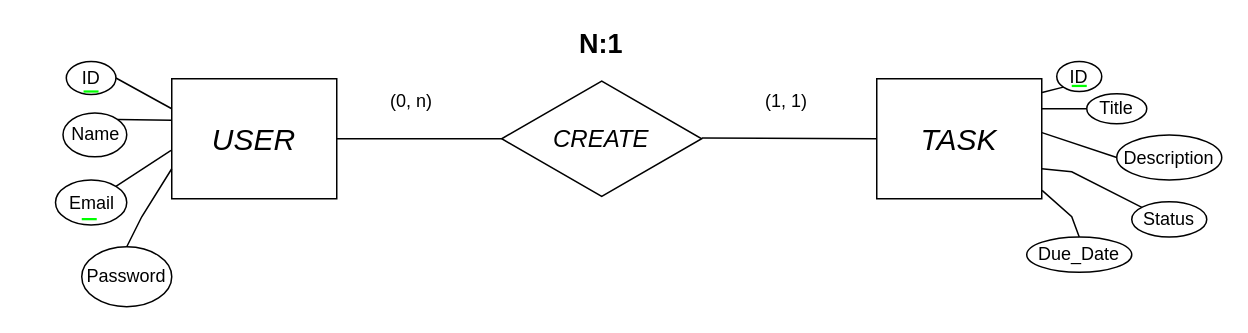
Before: Diseño de Bases de Datos Relacionales con MySQL/02 Diseño Conceptual/1er Ejercicio/Ejercicio1.drawio in D4nitrix13/DatabaseGuide, a draw.io diagram. Source tidied: cells renumbered, new cells numbered last; positions are measured from the earlier drawing's top-left corner, leaving out a move shared by most shapes. Both pictures are drawn from the tidied source at 150%, with x=0, y=0 at pixel (36, 26).
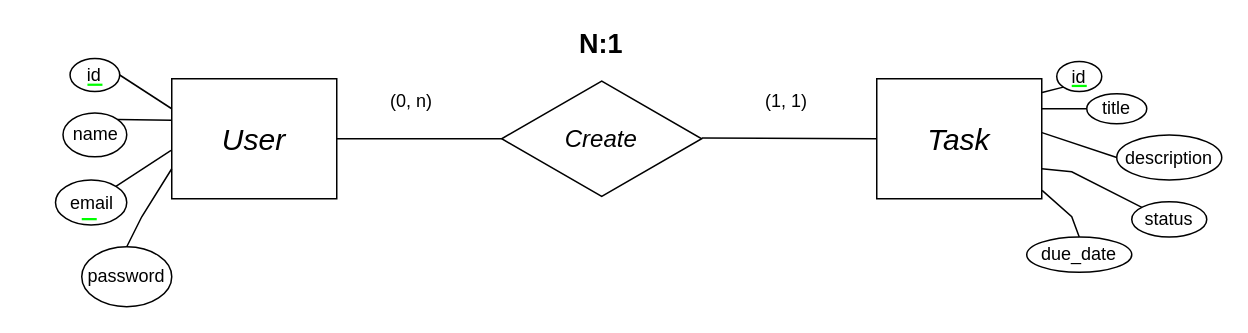
Above is the later version.

What changed in the source:
```diff
@@
-    <mxCell id="2" value="&lt;i style=&quot;&quot;&gt;&lt;font style=&quot;font-size: 20px;&quot;&gt;USER&lt;/font&gt;&lt;/i&gt;" style="rounded=0;whiteSpace=wrap;html=1;fillColor=none;" parent="1" vertex="1">
+    <mxCell id="2" value="&lt;i style=&quot;&quot;&gt;&lt;font style=&quot;font-size: 20px;&quot;&gt;User&lt;/font&gt;&lt;/i&gt;" style="rounded=0;whiteSpace=wrap;html=1;fillColor=none;" parent="1" vertex="1">
       <mxGeometry x="90" y="35" width="110" height="80" as="geometry" />
     </mxCell>
-    <mxCell id="3" value="&lt;i style=&quot;&quot;&gt;&lt;font style=&quot;font-size: 20px;&quot;&gt;TASK&lt;/font&gt;&lt;/i&gt;" style="rounded=0;whiteSpace=wrap;html=1;fillColor=none;align=center;" parent="1" vertex="1">
+    <mxCell id="3" value="&lt;i style=&quot;&quot;&gt;&lt;font style=&quot;font-size: 20px;&quot;&gt;Task&lt;/font&gt;&lt;/i&gt;" style="rounded=0;whiteSpace=wrap;html=1;fillColor=none;align=center;" parent="1" vertex="1">
       <mxGeometry x="560" y="35" width="110" height="80" as="geometry" />
     </mxCell>
-    <mxCell id="4" value="&lt;i&gt;&lt;font style=&quot;font-size: 16px;&quot;&gt;CREATE&lt;/font&gt;&lt;/i&gt;" style="html=1;whiteSpace=wrap;shape=isoRectangle;fillColor=none;" parent="1" vertex="1">
+    <mxCell id="4" value="&lt;i&gt;&lt;font style=&quot;font-size: 16px;&quot;&gt;Create&lt;/font&gt;&lt;/i&gt;" style="html=1;whiteSpace=wrap;shape=isoRectangle;fillColor=none;" parent="1" vertex="1">
       <mxGeometry x="310" y="35" width="133.3" height="80" as="geometry" />
     </mxCell>
@@
     <mxCell id="17" style="endArrow=none;html=1;rounded=0;strokeWidth=1.5;strokeColor=#00ff00;" parent="1" edge="1">
       <mxGeometry relative="1" as="geometry">
-        <mxPoint x="31.2" y="43.5" as="sourcePoint" />
-        <mxPoint x="41.2" y="43.5" as="targetPoint" />
+        <mxPoint x="33.8" y="39" as="sourcePoint" />
+        <mxPoint x="43.8" y="39" as="targetPoint" />
       </mxGeometry>
     </mxCell>
@@
-    <mxCell id="22" value="&lt;span style=&quot;text-wrap: nowrap;&quot;&gt;Due_D&lt;/span&gt;&lt;span style=&quot;text-wrap: nowrap; background-color: initial;&quot;&gt;ate&lt;/span&gt;" style="ellipse;whiteSpace=wrap;html=1;fillColor=none;" parent="1" vertex="1">
+    <mxCell id="22" value="&lt;span style=&quot;text-wrap: nowrap;&quot;&gt;due_d&lt;/span&gt;&lt;span style=&quot;text-wrap: nowrap; background-color: initial;&quot;&gt;ate&lt;/span&gt;" style="ellipse;whiteSpace=wrap;html=1;fillColor=none;" parent="1" vertex="1">
       <mxGeometry x="660" y="140.5" width="70" height="23.5" as="geometry" />
     </mxCell>
-    <mxCell id="23" value="&lt;span style=&quot;text-wrap: nowrap;&quot;&gt;Status&lt;/span&gt;" style="ellipse;whiteSpace=wrap;html=1;fillColor=none;" parent="1" vertex="1">
+    <mxCell id="23" value="&lt;span style=&quot;text-wrap: nowrap;&quot;&gt;status&lt;/span&gt;" style="ellipse;whiteSpace=wrap;html=1;fillColor=none;" parent="1" vertex="1">
       <mxGeometry x="730" y="117" width="50" height="23.5" as="geometry" />
     </mxCell>
-    <mxCell id="24" value="&lt;span style=&quot;text-wrap: nowrap;&quot;&gt;Description&lt;/span&gt;" style="ellipse;whiteSpace=wrap;html=1;fillColor=none;" parent="1" vertex="1">
+    <mxCell id="24" value="&lt;span style=&quot;text-wrap: nowrap;&quot;&gt;description&lt;/span&gt;" style="ellipse;whiteSpace=wrap;html=1;fillColor=none;" parent="1" vertex="1">
       <mxGeometry x="720" y="72.5" width="70" height="30" as="geometry" />
     </mxCell>
-    <mxCell id="25" value="&lt;span style=&quot;text-wrap: nowrap;&quot;&gt;Title&lt;/span&gt;" style="ellipse;whiteSpace=wrap;html=1;fillColor=none;" parent="1" vertex="1">
+    <mxCell id="25" value="&lt;span style=&quot;text-wrap: nowrap;&quot;&gt;title&lt;/span&gt;" style="ellipse;whiteSpace=wrap;html=1;fillColor=none;" parent="1" vertex="1">
       <mxGeometry x="700" y="45" width="40" height="20" as="geometry" />
     </mxCell>
-    <mxCell id="26" value="ID" style="ellipse;whiteSpace=wrap;html=1;fillColor=none;" parent="1" vertex="1">
+    <mxCell id="26" value="id" style="ellipse;whiteSpace=wrap;html=1;fillColor=none;" parent="1" vertex="1">
       <mxGeometry x="680" y="23.5" width="30" height="20" as="geometry" />
     </mxCell>
-    <mxCell id="27" value="ID" style="ellipse;whiteSpace=wrap;html=1;fillColor=none;verticalAlign=middle;fontSize=12;" parent="1" vertex="1">
-      <mxGeometry x="19.7" y="23.5" width="33.1" height="22" as="geometry" />
+    <mxCell id="27" value="id" style="ellipse;whiteSpace=wrap;html=1;fillColor=none;verticalAlign=middle;fontSize=12;" parent="1" vertex="1">
+      <mxGeometry x="22.2" y="21.5" width="33.1" height="22" as="geometry" />
     </mxCell>
-    <mxCell id="28" value="&lt;span style=&quot;text-wrap: nowrap;&quot;&gt;Password&lt;/span&gt;" style="ellipse;whiteSpace=wrap;html=1;fillColor=none;" parent="1" vertex="1">
+    <mxCell id="28" value="&lt;span style=&quot;text-wrap: nowrap;&quot;&gt;password&lt;/span&gt;" style="ellipse;whiteSpace=wrap;html=1;fillColor=none;" parent="1" vertex="1">
       <mxGeometry x="30" y="147" width="60" height="40" as="geometry" />
     </mxCell>
-    <mxCell id="29" value="Email" style="ellipse;whiteSpace=wrap;html=1;fillColor=none;" parent="1" vertex="1">
+    <mxCell id="29" value="email" style="ellipse;whiteSpace=wrap;html=1;fillColor=none;" parent="1" vertex="1">
       <mxGeometry x="12.5" y="102.5" width="47.5" height="30" as="geometry" />
     </mxCell>
-    <mxCell id="30" value="Name" style="ellipse;whiteSpace=wrap;html=1;fillColor=none;" parent="1" vertex="1">
+    <mxCell id="30" value="name" style="ellipse;whiteSpace=wrap;html=1;fillColor=none;" parent="1" vertex="1">
       <mxGeometry x="17.5" y="57.8" width="42.5" height="29.2" as="geometry" />
     </mxCell>
```
